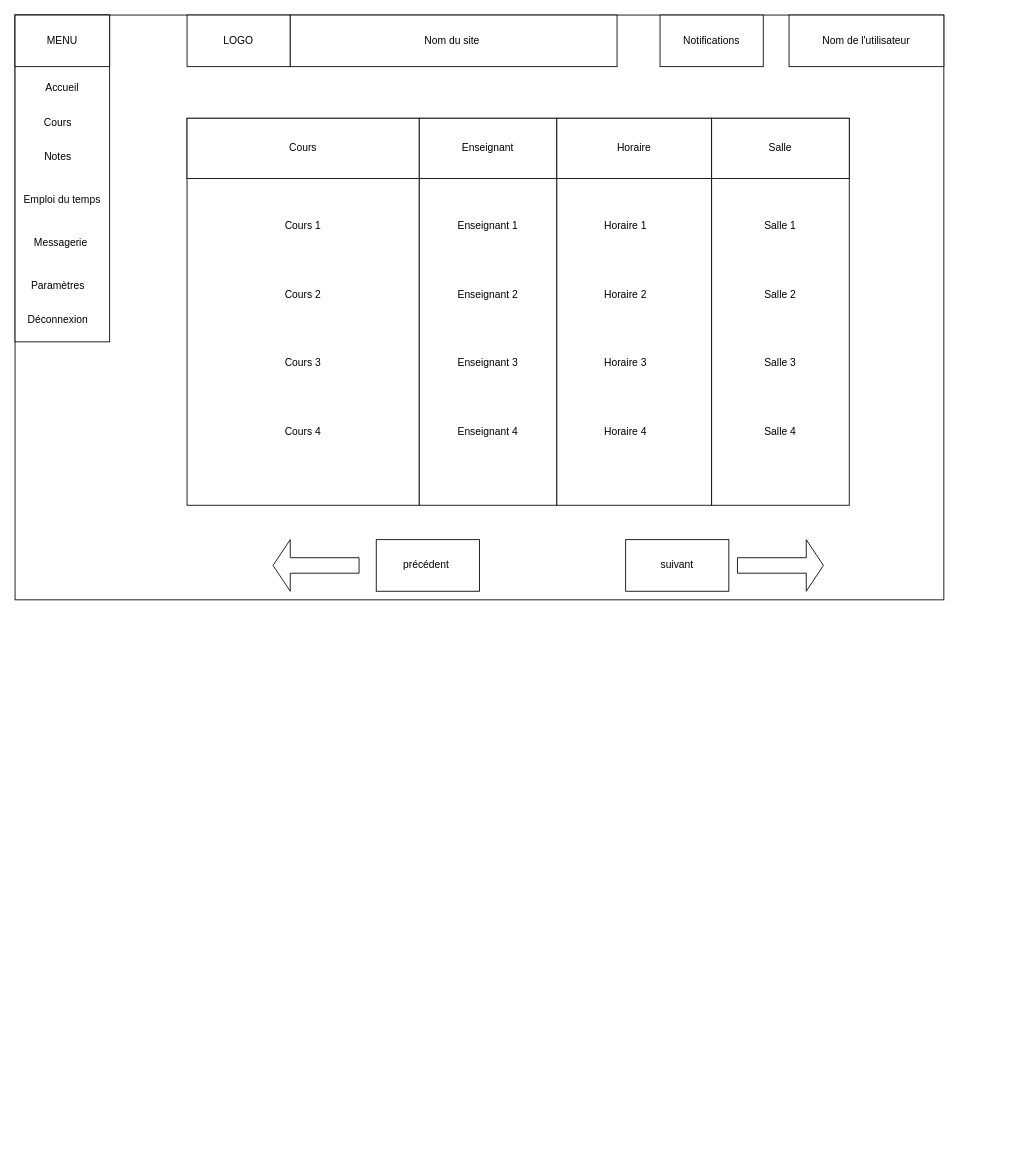
Above: docs/Wireframes/mes cours.drawio in TanguyC92/SmartCampus_Ing2_Gr9_Equipe11 (draw.io), before the change. Source tidied: cells renumbered, new cells numbered last; positions are measured from the earlier drawing's top-left corner, leaving out a move shared by most shapes. Both pictures are drawn from the tidied source at 86%, with x=0, y=0 at pixel (15, 15).
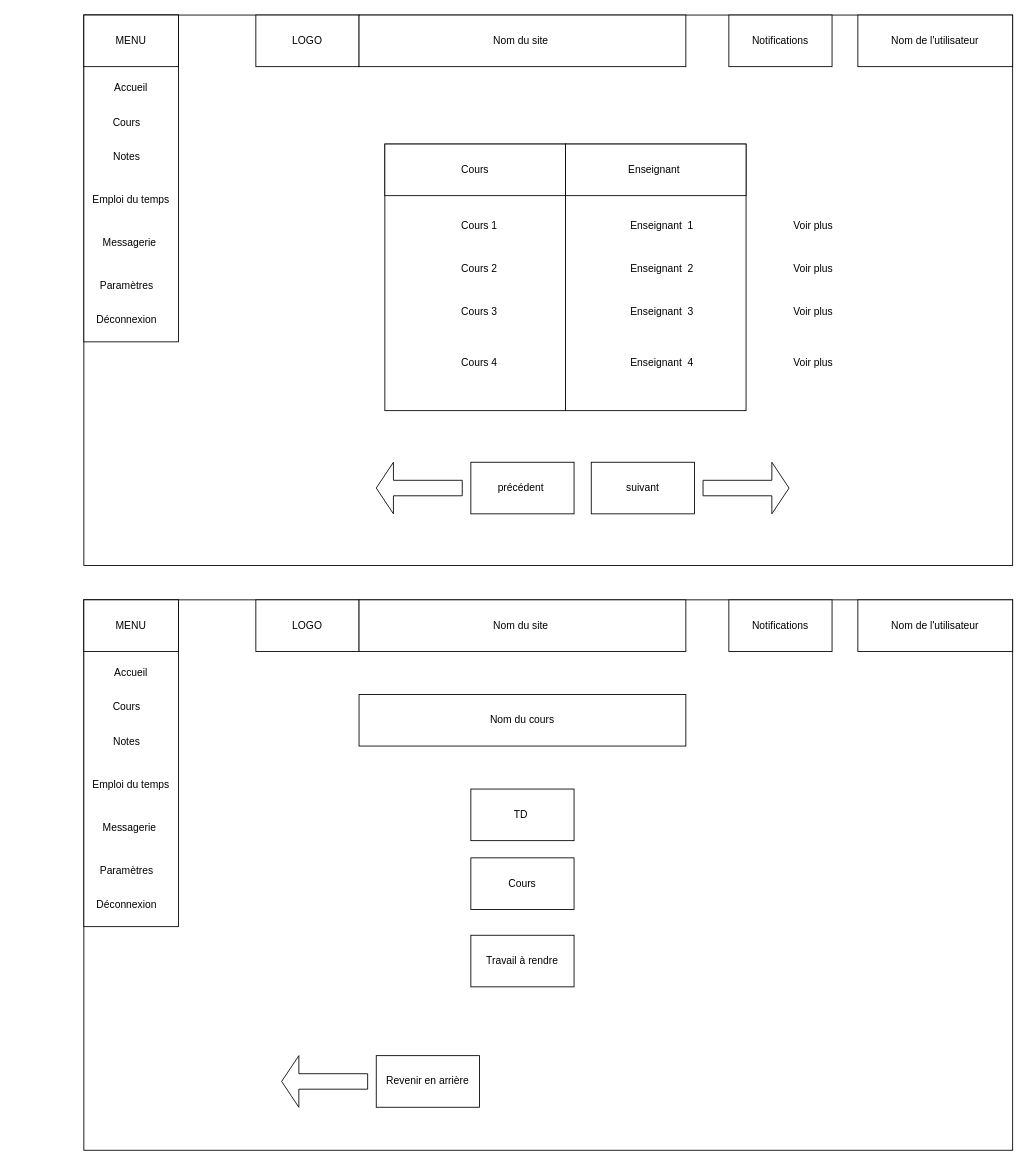
Above is the later version.

Diff of the diagram source:
```diff
@@
-    <mxCell id="2" style="rounded=0;whiteSpace=wrap;html=1;" parent="1" vertex="1">
-      <mxGeometry width="1080" height="680" as="geometry" />
-    </mxCell>
-    <mxCell id="3" style="rounded=0;whiteSpace=wrap;html=1;" parent="1" vertex="1">
-      <mxGeometry width="110" height="380" as="geometry" />
-    </mxCell>
-    <mxCell id="4" value="Messagerie&amp;nbsp;" style="text;html=1;whiteSpace=wrap;strokeColor=none;fillColor=none;align=center;verticalAlign=middle;rounded=0;" parent="1" vertex="1">
-      <mxGeometry x="25" y="250" width="60" height="30" as="geometry" />
-    </mxCell>
-    <mxCell id="5" value="Accueil" style="text;html=1;whiteSpace=wrap;strokeColor=none;fillColor=none;align=center;verticalAlign=middle;rounded=0;" parent="1" vertex="1">
-      <mxGeometry x="25" y="70" width="60" height="30" as="geometry" />
-    </mxCell>
-    <mxCell id="6" value="Cours" style="text;html=1;whiteSpace=wrap;strokeColor=none;fillColor=none;align=center;verticalAlign=middle;rounded=0;" parent="1" vertex="1">
-      <mxGeometry x="20" y="110" width="60" height="30" as="geometry" />
-    </mxCell>
-    <mxCell id="7" value="MENU" style="rounded=0;whiteSpace=wrap;html=1;" parent="1" vertex="1">
-      <mxGeometry width="110" height="60" as="geometry" />
-    </mxCell>
-    <mxCell id="8" value="Notes" style="text;html=1;whiteSpace=wrap;strokeColor=none;fillColor=none;align=center;verticalAlign=middle;rounded=0;" parent="1" vertex="1">
-      <mxGeometry x="20" y="150" width="60" height="30" as="geometry" />
-    </mxCell>
-    <mxCell id="9" value="Emploi du temps" style="text;html=1;whiteSpace=wrap;strokeColor=none;fillColor=none;align=center;verticalAlign=middle;rounded=0;" parent="1" vertex="1">
-      <mxGeometry x="5" y="200" width="100" height="30" as="geometry" />
-    </mxCell>
-    <mxCell id="10" value="Paramètres" style="text;html=1;whiteSpace=wrap;strokeColor=none;fillColor=none;align=center;verticalAlign=middle;rounded=0;" parent="1" vertex="1">
-      <mxGeometry x="20" y="300" width="60" height="30" as="geometry" />
-    </mxCell>
-    <mxCell id="11" value="Déconnexion" style="text;html=1;whiteSpace=wrap;strokeColor=none;fillColor=none;align=center;verticalAlign=middle;rounded=0;" parent="1" vertex="1">
-      <mxGeometry x="20" y="340" width="60" height="30" as="geometry" />
-    </mxCell>
-    <mxCell id="12" value="LOGO" style="rounded=0;whiteSpace=wrap;html=1;" parent="1" vertex="1">
-      <mxGeometry x="200" width="120" height="60" as="geometry" />
-    </mxCell>
-    <mxCell id="13" value="Nom du site&amp;nbsp;" style="rounded=0;whiteSpace=wrap;html=1;" parent="1" vertex="1">
-      <mxGeometry x="320" width="380" height="60" as="geometry" />
-    </mxCell>
-    <mxCell id="14" value="Nom de l'utilisateur" style="rounded=0;whiteSpace=wrap;html=1;" parent="1" vertex="1">
-      <mxGeometry x="900" width="180" height="60" as="geometry" />
-    </mxCell>
-    <mxCell id="15" value="Notifications" style="rounded=0;whiteSpace=wrap;html=1;" parent="1" vertex="1">
-      <mxGeometry x="750" width="120" height="60" as="geometry" />
-    </mxCell>
-    <mxCell id="16" style="rounded=0;whiteSpace=wrap;html=1;" parent="1" vertex="1">
-      <mxGeometry x="200" y="120" width="270" height="450" as="geometry" />
-    </mxCell>
-    <mxCell id="17" style="rounded=0;whiteSpace=wrap;html=1;" parent="1" vertex="1">
-      <mxGeometry x="470" y="120" width="160" height="450" as="geometry" />
-    </mxCell>
-    <mxCell id="18" style="rounded=0;whiteSpace=wrap;html=1;" parent="1" vertex="1">
-      <mxGeometry x="630" y="120" width="180" height="450" as="geometry" />
-    </mxCell>
-    <mxCell id="19" style="rounded=0;whiteSpace=wrap;html=1;" parent="1" vertex="1">
-      <mxGeometry x="810" y="120" width="160" height="450" as="geometry" />
-    </mxCell>
-    <mxCell id="20" value="Cours" style="rounded=0;whiteSpace=wrap;html=1;" parent="1" vertex="1">
-      <mxGeometry x="200" y="120" width="270" height="70" as="geometry" />
-    </mxCell>
+    <mxCell id="44" style="rounded=0;whiteSpace=wrap;html=1;" parent="1" vertex="1">
+      <mxGeometry x="80" width="1080" height="640" as="geometry" />
+    </mxCell>
+    <mxCell id="45" style="rounded=0;whiteSpace=wrap;html=1;" parent="1" vertex="1">
+      <mxGeometry x="80" width="110" height="380" as="geometry" />
+    </mxCell>
+    <mxCell id="46" value="Messagerie&amp;nbsp;" style="text;html=1;whiteSpace=wrap;strokeColor=none;fillColor=none;align=center;verticalAlign=middle;rounded=0;" parent="1" vertex="1">
+      <mxGeometry x="105" y="250" width="60" height="30" as="geometry" />
+    </mxCell>
+    <mxCell id="47" value="Accueil" style="text;html=1;whiteSpace=wrap;strokeColor=none;fillColor=none;align=center;verticalAlign=middle;rounded=0;" parent="1" vertex="1">
+      <mxGeometry x="105" y="70" width="60" height="30" as="geometry" />
+    </mxCell>
+    <mxCell id="48" value="Cours" style="text;html=1;whiteSpace=wrap;strokeColor=none;fillColor=none;align=center;verticalAlign=middle;rounded=0;" parent="1" vertex="1">
+      <mxGeometry x="100" y="110" width="60" height="30" as="geometry" />
+    </mxCell>
+    <mxCell id="49" value="MENU" style="rounded=0;whiteSpace=wrap;html=1;" parent="1" vertex="1">
+      <mxGeometry x="80" width="110" height="60" as="geometry" />
+    </mxCell>
+    <mxCell id="50" value="Notes" style="text;html=1;whiteSpace=wrap;strokeColor=none;fillColor=none;align=center;verticalAlign=middle;rounded=0;" parent="1" vertex="1">
+      <mxGeometry x="100" y="150" width="60" height="30" as="geometry" />
+    </mxCell>
+    <mxCell id="51" value="Emploi du temps" style="text;html=1;whiteSpace=wrap;strokeColor=none;fillColor=none;align=center;verticalAlign=middle;rounded=0;" parent="1" vertex="1">
+      <mxGeometry x="85" y="200" width="100" height="30" as="geometry" />
+    </mxCell>
+    <mxCell id="52" value="Paramètres" style="text;html=1;whiteSpace=wrap;strokeColor=none;fillColor=none;align=center;verticalAlign=middle;rounded=0;" parent="1" vertex="1">
+      <mxGeometry x="100" y="300" width="60" height="30" as="geometry" />
+    </mxCell>
+    <mxCell id="53" value="Déconnexion" style="text;html=1;whiteSpace=wrap;strokeColor=none;fillColor=none;align=center;verticalAlign=middle;rounded=0;" parent="1" vertex="1">
+      <mxGeometry x="100" y="340" width="60" height="30" as="geometry" />
+    </mxCell>
+    <mxCell id="54" value="LOGO" style="rounded=0;whiteSpace=wrap;html=1;" parent="1" vertex="1">
+      <mxGeometry x="280" width="120" height="60" as="geometry" />
+    </mxCell>
+    <mxCell id="55" value="Nom du site&amp;nbsp;" style="rounded=0;whiteSpace=wrap;html=1;" parent="1" vertex="1">
+      <mxGeometry x="400" width="380" height="60" as="geometry" />
+    </mxCell>
+    <mxCell id="56" value="Nom de l'utilisateur" style="rounded=0;whiteSpace=wrap;html=1;" parent="1" vertex="1">
+      <mxGeometry x="980" width="180" height="60" as="geometry" />
+    </mxCell>
+    <mxCell id="57" value="Notifications" style="rounded=0;whiteSpace=wrap;html=1;" parent="1" vertex="1">
+      <mxGeometry x="830" width="120" height="60" as="geometry" />
+    </mxCell>
+    <mxCell id="58" style="rounded=0;whiteSpace=wrap;html=1;" parent="1" vertex="1">
+      <mxGeometry x="430" y="150" width="210" height="310" as="geometry" />
+    </mxCell>
+    <mxCell id="59" value="Cours" style="rounded=0;whiteSpace=wrap;html=1;" parent="1" vertex="1">
+      <mxGeometry x="430" y="150" width="210" height="60" as="geometry" />
+    </mxCell>
     <mxCell id="21" value="Cours 1" style="text;html=1;whiteSpace=wrap;strokeColor=none;fillColor=none;align=center;verticalAlign=middle;rounded=0;" parent="1" vertex="1">
-      <mxGeometry x="305" y="230" width="60" height="30" as="geometry" />
+      <mxGeometry x="510" y="230" width="60" height="30" as="geometry" />
     </mxCell>
     <mxCell id="22" value="Cours 2" style="text;html=1;whiteSpace=wrap;strokeColor=none;fillColor=none;align=center;verticalAlign=middle;rounded=0;" parent="1" vertex="1">
-      <mxGeometry x="305" y="310" width="60" height="30" as="geometry" />
+      <mxGeometry x="510" y="280" width="60" height="30" as="geometry" />
     </mxCell>
-    <mxCell id="23" value="Cours 3" style="text;html=1;whiteSpace=wrap;strokeColor=none;fillColor=none;align=center;verticalAlign=middle;rounded=0;" parent="1" vertex="1">
-      <mxGeometry x="305" y="390" width="60" height="30" as="geometry" />
-    </mxCell>
-    <mxCell id="24" value="Cours 4" style="text;html=1;whiteSpace=wrap;strokeColor=none;fillColor=none;align=center;verticalAlign=middle;rounded=0;" parent="1" vertex="1">
-      <mxGeometry x="305" y="470" width="60" height="30" as="geometry" />
-    </mxCell>
+    <mxCell id="60" style="rounded=0;whiteSpace=wrap;html=1;" parent="1" vertex="1">
+      <mxGeometry x="640" y="150" width="210" height="310" as="geometry" />
+    </mxCell>
-    <mxCell id="25" value="Enseignant" style="rounded=0;whiteSpace=wrap;html=1;" parent="1" vertex="1">
-      <mxGeometry x="470" y="120" width="160" height="70" as="geometry" />
+    <mxCell id="25" value="Enseignant&amp;nbsp;" style="rounded=0;whiteSpace=wrap;html=1;" parent="1" vertex="1">
+      <mxGeometry x="640" y="150" width="210" height="60" as="geometry" />
     </mxCell>
-    <mxCell id="26" value="Horaire" style="rounded=0;whiteSpace=wrap;html=1;" parent="1" vertex="1">
-      <mxGeometry x="630" y="120" width="180" height="70" as="geometry" />
-    </mxCell>
-    <mxCell id="27" value="Salle" style="rounded=0;whiteSpace=wrap;html=1;" parent="1" vertex="1">
-      <mxGeometry x="810" y="120" width="160" height="70" as="geometry" />
-    </mxCell>
-    <mxCell id="28" value="Enseignant 1" style="text;html=1;whiteSpace=wrap;strokeColor=none;fillColor=none;align=center;verticalAlign=middle;rounded=0;" parent="1" vertex="1">
-      <mxGeometry x="510" y="230" width="80" height="30" as="geometry" />
+    <mxCell id="28" value="Enseignant&amp;nbsp; 1" style="text;html=1;whiteSpace=wrap;strokeColor=none;fillColor=none;align=center;verticalAlign=middle;rounded=0;" parent="1" vertex="1">
+      <mxGeometry x="710" y="230" width="85" height="30" as="geometry" />
     </mxCell>
-    <mxCell id="29" value="Enseignant 2" style="text;html=1;whiteSpace=wrap;strokeColor=none;fillColor=none;align=center;verticalAlign=middle;rounded=0;" parent="1" vertex="1">
-      <mxGeometry x="510" y="310" width="80" height="30" as="geometry" />
+    <mxCell id="29" value="Enseignant&amp;nbsp; 2" style="text;html=1;whiteSpace=wrap;strokeColor=none;fillColor=none;align=center;verticalAlign=middle;rounded=0;" parent="1" vertex="1">
+      <mxGeometry x="710" y="280" width="85" height="30" as="geometry" />
     </mxCell>
-    <mxCell id="30" value="Enseignant 3" style="text;html=1;whiteSpace=wrap;strokeColor=none;fillColor=none;align=center;verticalAlign=middle;rounded=0;" parent="1" vertex="1">
-      <mxGeometry x="510" y="390" width="80" height="30" as="geometry" />
+    <mxCell id="30" value="Enseignant&amp;nbsp; 3" style="text;html=1;whiteSpace=wrap;strokeColor=none;fillColor=none;align=center;verticalAlign=middle;rounded=0;" parent="1" vertex="1">
+      <mxGeometry x="710" y="330" width="85" height="30" as="geometry" />
     </mxCell>
-    <mxCell id="31" value="Enseignant 4" style="text;html=1;whiteSpace=wrap;strokeColor=none;fillColor=none;align=center;verticalAlign=middle;rounded=0;" parent="1" vertex="1">
-      <mxGeometry x="510" y="470" width="80" height="30" as="geometry" />
+    <mxCell id="31" value="Enseignant&amp;nbsp; 4" style="text;html=1;whiteSpace=wrap;strokeColor=none;fillColor=none;align=center;verticalAlign=middle;rounded=0;" parent="1" vertex="1">
+      <mxGeometry x="710" y="390" width="85" height="30" as="geometry" />
     </mxCell>
-    <mxCell id="32" value="Horaire 1" style="text;html=1;whiteSpace=wrap;strokeColor=none;fillColor=none;align=center;verticalAlign=middle;rounded=0;" parent="1" vertex="1">
-      <mxGeometry x="680" y="230" width="60" height="30" as="geometry" />
-    </mxCell>
-    <mxCell id="33" value="Horaire 2" style="text;html=1;whiteSpace=wrap;strokeColor=none;fillColor=none;align=center;verticalAlign=middle;rounded=0;" parent="1" vertex="1">
-      <mxGeometry x="680" y="310" width="60" height="30" as="geometry" />
-    </mxCell>
-    <mxCell id="34" value="Horaire 3" style="text;html=1;whiteSpace=wrap;strokeColor=none;fillColor=none;align=center;verticalAlign=middle;rounded=0;" parent="1" vertex="1">
-      <mxGeometry x="680" y="390" width="60" height="30" as="geometry" />
-    </mxCell>
-    <mxCell id="35" value="Horaire 4" style="text;html=1;whiteSpace=wrap;strokeColor=none;fillColor=none;align=center;verticalAlign=middle;rounded=0;" parent="1" vertex="1">
-      <mxGeometry x="680" y="470" width="60" height="30" as="geometry" />
-    </mxCell>
-    <mxCell id="36" value="Salle 1" style="text;html=1;whiteSpace=wrap;strokeColor=none;fillColor=none;align=center;verticalAlign=middle;rounded=0;" parent="1" vertex="1">
-      <mxGeometry x="860" y="230" width="60" height="30" as="geometry" />
-    </mxCell>
-    <mxCell id="37" value="Salle 2" style="text;html=1;whiteSpace=wrap;strokeColor=none;fillColor=none;align=center;verticalAlign=middle;rounded=0;" parent="1" vertex="1">
-      <mxGeometry x="860" y="310" width="60" height="30" as="geometry" />
-    </mxCell>
-    <mxCell id="38" value="Salle 3" style="text;html=1;whiteSpace=wrap;strokeColor=none;fillColor=none;align=center;verticalAlign=middle;rounded=0;" parent="1" vertex="1">
-      <mxGeometry x="860" y="390" width="60" height="30" as="geometry" />
-    </mxCell>
-    <mxCell id="39" value="Salle 4" style="text;html=1;whiteSpace=wrap;strokeColor=none;fillColor=none;align=center;verticalAlign=middle;rounded=0;" parent="1" vertex="1">
-      <mxGeometry x="860" y="470" width="60" height="30" as="geometry" />
-    </mxCell>
-    <mxCell id="40" style="shape=singleArrow;whiteSpace=wrap;html=1;" parent="1" vertex="1">
-      <mxGeometry x="840" y="610" width="100" height="60" as="geometry" />
-    </mxCell>
-    <mxCell id="41" style="shape=singleArrow;direction=west;whiteSpace=wrap;html=1;" parent="1" vertex="1">
-      <mxGeometry x="300" y="610" width="100" height="60" as="geometry" />
-    </mxCell>
+    <mxCell id="23" value="Cours 3" style="text;html=1;whiteSpace=wrap;strokeColor=none;fillColor=none;align=center;verticalAlign=middle;rounded=0;" parent="1" vertex="1">
+      <mxGeometry x="510" y="330" width="60" height="30" as="geometry" />
+    </mxCell>
+    <mxCell id="24" value="Cours 4" style="text;html=1;whiteSpace=wrap;strokeColor=none;fillColor=none;align=center;verticalAlign=middle;rounded=0;" parent="1" vertex="1">
+      <mxGeometry x="510" y="390" width="60" height="30" as="geometry" />
+    </mxCell>
+    <mxCell id="61" value="Voir plus&amp;nbsp;" style="text;html=1;whiteSpace=wrap;strokeColor=none;fillColor=none;align=center;verticalAlign=middle;rounded=0;" parent="1" vertex="1">
+      <mxGeometry x="900" y="230" width="60" height="30" as="geometry" />
+    </mxCell>
+    <mxCell id="62" value="Voir plus&amp;nbsp;" style="text;html=1;whiteSpace=wrap;strokeColor=none;fillColor=none;align=center;verticalAlign=middle;rounded=0;" parent="1" vertex="1">
+      <mxGeometry x="900" y="280" width="60" height="30" as="geometry" />
+    </mxCell>
+    <mxCell id="63" value="Voir plus&amp;nbsp;" style="text;html=1;whiteSpace=wrap;strokeColor=none;fillColor=none;align=center;verticalAlign=middle;rounded=0;" parent="1" vertex="1">
+      <mxGeometry x="900" y="330" width="60" height="30" as="geometry" />
+    </mxCell>
+    <mxCell id="64" value="Voir plus&amp;nbsp;" style="text;html=1;whiteSpace=wrap;strokeColor=none;fillColor=none;align=center;verticalAlign=middle;rounded=0;" parent="1" vertex="1">
+      <mxGeometry x="900" y="390" width="60" height="30" as="geometry" />
+    </mxCell>
+    <mxCell id="65" style="shape=singleArrow;whiteSpace=wrap;html=1;" parent="1" vertex="1">
+      <mxGeometry x="800" y="520" width="100" height="60" as="geometry" />
+    </mxCell>
+    <mxCell id="66" style="shape=singleArrow;direction=west;whiteSpace=wrap;html=1;" parent="1" vertex="1">
+      <mxGeometry x="420" y="520" width="100" height="60" as="geometry" />
+    </mxCell>
     <mxCell id="42" value="suivant" style="rounded=0;whiteSpace=wrap;html=1;" parent="1" vertex="1">
-      <mxGeometry x="710" y="610" width="120" height="60" as="geometry" />
+      <mxGeometry x="670" y="520" width="120" height="60" as="geometry" />
     </mxCell>
     <mxCell id="43" value="précédent&amp;nbsp;" style="rounded=0;whiteSpace=wrap;html=1;" parent="1" vertex="1">
-      <mxGeometry x="420" y="610" width="120" height="60" as="geometry" />
+      <mxGeometry x="530" y="520" width="120" height="60" as="geometry" />
     </mxCell>
+    <mxCell id="67" style="rounded=0;whiteSpace=wrap;html=1;" parent="1" vertex="1">
+      <mxGeometry x="80" y="680" width="1080" height="640" as="geometry" />
+    </mxCell>
+    <mxCell id="68" value="LOGO" style="rounded=0;whiteSpace=wrap;html=1;" parent="1" vertex="1">
+      <mxGeometry x="280" y="680" width="120" height="60" as="geometry" />
+    </mxCell>
+    <mxCell id="69" value="Nom du site&amp;nbsp;" style="rounded=0;whiteSpace=wrap;html=1;" parent="1" vertex="1">
+      <mxGeometry x="400" y="680" width="380" height="60" as="geometry" />
+    </mxCell>
+    <mxCell id="70" value="Nom de l'utilisateur" style="rounded=0;whiteSpace=wrap;html=1;" parent="1" vertex="1">
+      <mxGeometry x="980" y="680" width="180" height="60" as="geometry" />
+    </mxCell>
+    <mxCell id="71" value="Notifications" style="rounded=0;whiteSpace=wrap;html=1;" parent="1" vertex="1">
+      <mxGeometry x="830" y="680" width="120" height="60" as="geometry" />
+    </mxCell>
+    <mxCell id="72" style="rounded=0;whiteSpace=wrap;html=1;" parent="1" vertex="1">
+      <mxGeometry x="80" y="680" width="110" height="380" as="geometry" />
+    </mxCell>
+    <mxCell id="73" value="Messagerie&amp;nbsp;" style="text;html=1;whiteSpace=wrap;strokeColor=none;fillColor=none;align=center;verticalAlign=middle;rounded=0;" parent="1" vertex="1">
+      <mxGeometry x="105" y="930" width="60" height="30" as="geometry" />
+    </mxCell>
+    <mxCell id="74" value="Accueil" style="text;html=1;whiteSpace=wrap;strokeColor=none;fillColor=none;align=center;verticalAlign=middle;rounded=0;" parent="1" vertex="1">
+      <mxGeometry x="105" y="750" width="60" height="30" as="geometry" />
+    </mxCell>
+    <mxCell id="75" value="Cours" style="text;html=1;whiteSpace=wrap;strokeColor=none;fillColor=none;align=center;verticalAlign=middle;rounded=0;" parent="1" vertex="1">
+      <mxGeometry x="100" y="790" width="60" height="30" as="geometry" />
+    </mxCell>
+    <mxCell id="76" value="MENU" style="rounded=0;whiteSpace=wrap;html=1;" parent="1" vertex="1">
+      <mxGeometry x="80" y="680" width="110" height="60" as="geometry" />
+    </mxCell>
+    <mxCell id="77" value="Notes" style="text;html=1;whiteSpace=wrap;strokeColor=none;fillColor=none;align=center;verticalAlign=middle;rounded=0;" parent="1" vertex="1">
+      <mxGeometry x="100" y="830" width="60" height="30" as="geometry" />
+    </mxCell>
+    <mxCell id="78" value="Emploi du temps" style="text;html=1;whiteSpace=wrap;strokeColor=none;fillColor=none;align=center;verticalAlign=middle;rounded=0;" parent="1" vertex="1">
+      <mxGeometry x="85" y="880" width="100" height="30" as="geometry" />
+    </mxCell>
+    <mxCell id="79" value="Paramètres" style="text;html=1;whiteSpace=wrap;strokeColor=none;fillColor=none;align=center;verticalAlign=middle;rounded=0;" parent="1" vertex="1">
+      <mxGeometry x="100" y="980" width="60" height="30" as="geometry" />
+    </mxCell>
+    <mxCell id="80" value="Déconnexion" style="text;html=1;whiteSpace=wrap;strokeColor=none;fillColor=none;align=center;verticalAlign=middle;rounded=0;" parent="1" vertex="1">
+      <mxGeometry x="100" y="1020" width="60" height="30" as="geometry" />
+    </mxCell>
+    <mxCell id="81" value="Nom du cours" style="rounded=0;whiteSpace=wrap;html=1;" parent="1" vertex="1">
+      <mxGeometry x="400" y="790" width="380" height="60" as="geometry" />
+    </mxCell>
+    <mxCell id="82" value="TD&amp;nbsp;" style="rounded=0;whiteSpace=wrap;html=1;" parent="1" vertex="1">
+      <mxGeometry x="530" y="900" width="120" height="60" as="geometry" />
+    </mxCell>
+    <mxCell id="83" value="Cours" style="rounded=0;whiteSpace=wrap;html=1;" parent="1" vertex="1">
+      <mxGeometry x="530" y="980" width="120" height="60" as="geometry" />
+    </mxCell>
+    <mxCell id="84" value="Revenir en arrière" style="rounded=0;whiteSpace=wrap;html=1;" parent="1" vertex="1">
+      <mxGeometry x="420" y="1210" width="120" height="60" as="geometry" />
+    </mxCell>
+    <mxCell id="85" style="shape=singleArrow;direction=west;whiteSpace=wrap;html=1;" parent="1" vertex="1">
+      <mxGeometry x="310" y="1210" width="100" height="60" as="geometry" />
+    </mxCell>
+    <mxCell id="86" value="Travail à rendre" style="rounded=0;whiteSpace=wrap;html=1;" parent="1" vertex="1">
+      <mxGeometry x="530" y="1070" width="120" height="60" as="geometry" />
+    </mxCell>
```
